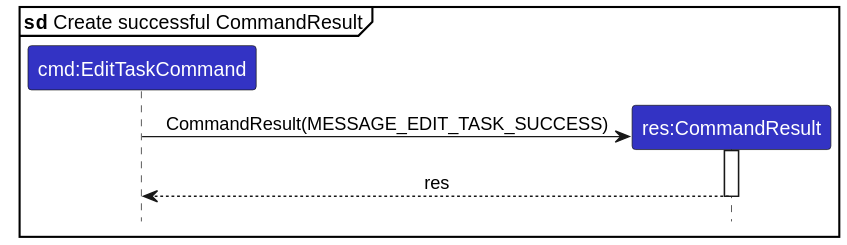
Above: docs/assets/svg/dg/SDCreateEditTaskCommandResult.svg in pra-navi/tp (PlantUML), before the change.
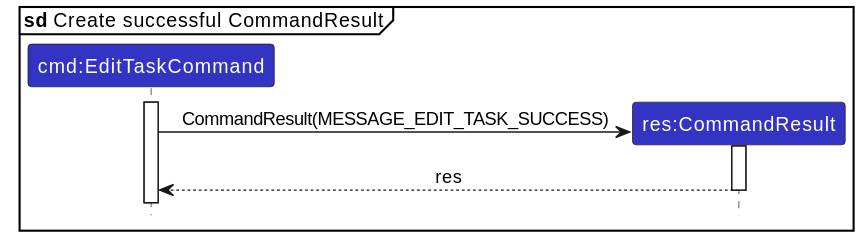
After the commit.

Diff of the diagram source:
```diff
@@ -8,6 +8,8 @@
 participant "cmd:EditTaskCommand" as EditTaskCommand LOGIC_COLOR
 participant "res:CommandResult" as CommandResult LOGIC_COLOR
 
+activate EditTaskCommand
+
 create CommandResult
 EditTaskCommand -> CommandResult : CommandResult(MESSAGE_EDIT_TASK_SUCCESS)
 
```
